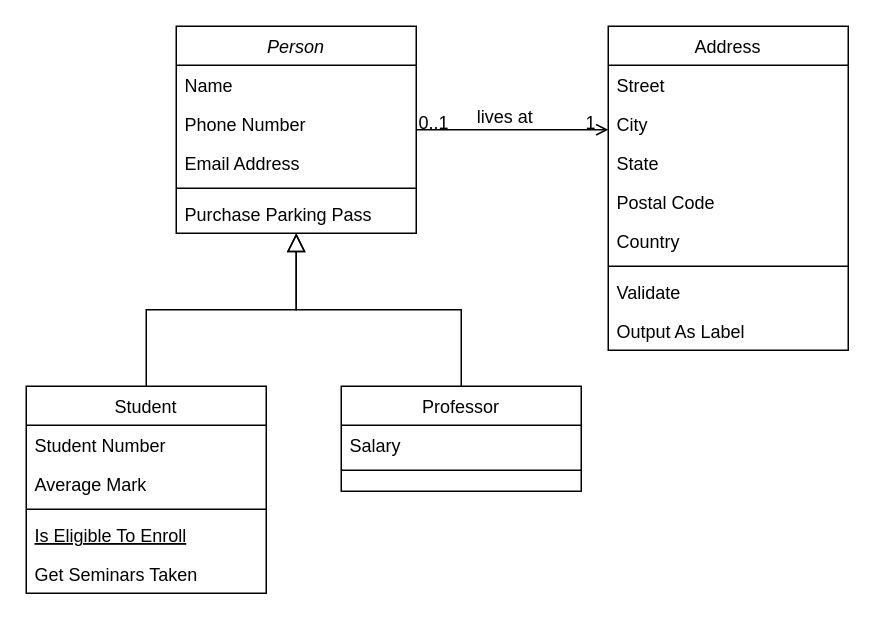
This is Untitled Diagram.drawio from SergeyMikhalev/job4j_design, a draw.io file, before an edit. Source tidied: cells renumbered, new cells numbered last; positions are measured from the earlier drawing's top-left corner, leaving out a move shared by most shapes. Both pictures are drawn from the tidied source at 150%, with x=0, y=0 at pixel (26, 26).
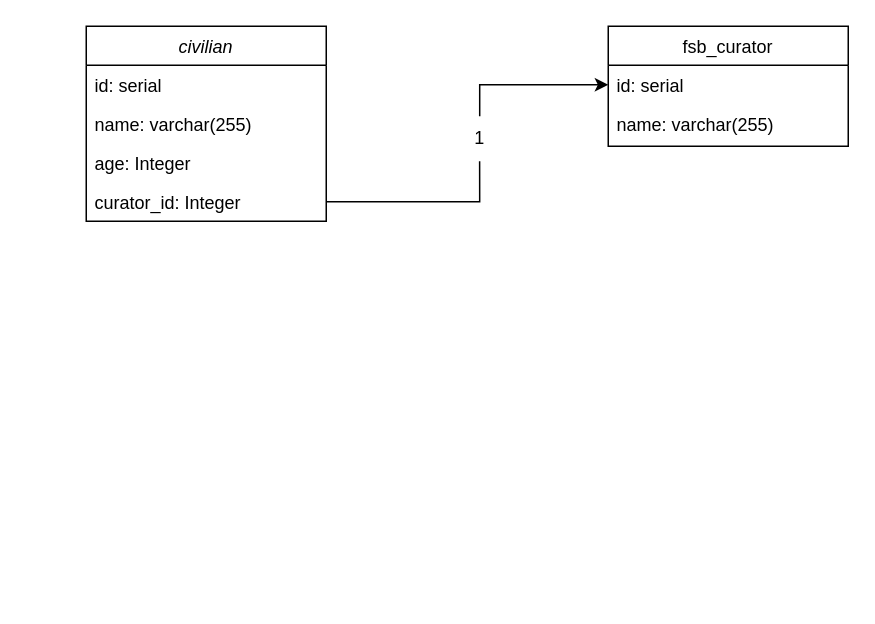
After the change.

What changed in the source:
```diff
@@
-    <mxCell id="2" value="Person" style="swimlane;fontStyle=2;align=center;verticalAlign=top;horizontal=1;startSize=26;rounded=0;shadow=0;strokeWidth=1;" parent="1" vertex="1">
-      <mxGeometry x="100" width="160" height="138" as="geometry" />
+    <mxCell id="2" value="civilian" style="swimlane;fontStyle=2;align=center;verticalAlign=top;horizontal=1;startSize=26;rounded=0;shadow=0;strokeWidth=1;" parent="1" vertex="1">
+      <mxGeometry x="40" width="160" height="130" as="geometry" />
     </mxCell>
-    <mxCell id="3" value="Name" style="text;align=left;verticalAlign=top;spacingLeft=4;spacingRight=4;overflow=hidden;" parent="2" vertex="1">
+    <mxCell id="3" value="id: serial" style="text;align=left;verticalAlign=top;spacingLeft=4;spacingRight=4;overflow=hidden;" parent="2" vertex="1">
       <mxGeometry y="26" width="160" height="26" as="geometry" />
     </mxCell>
-    <mxCell id="4" value="Phone Number" style="text;align=left;verticalAlign=top;spacingLeft=4;spacingRight=4;overflow=hidden;rounded=0;shadow=0;html=0;" parent="2" vertex="1">
+    <mxCell id="4" value="name: varchar(255)" style="text;align=left;verticalAlign=top;spacingLeft=4;spacingRight=4;overflow=hidden;rounded=0;shadow=0;html=0;" parent="2" vertex="1">
       <mxGeometry y="52" width="160" height="26" as="geometry" />
     </mxCell>
-    <mxCell id="5" value="Email Address" style="text;align=left;verticalAlign=top;spacingLeft=4;spacingRight=4;overflow=hidden;rounded=0;shadow=0;html=0;" parent="2" vertex="1">
+    <mxCell id="5" value="age: Integer" style="text;align=left;verticalAlign=top;spacingLeft=4;spacingRight=4;overflow=hidden;rounded=0;shadow=0;html=0;" parent="2" vertex="1">
       <mxGeometry y="78" width="160" height="26" as="geometry" />
     </mxCell>
-    <mxCell id="6" style="line;html=1;strokeWidth=1;align=left;verticalAlign=middle;spacingTop=-1;spacingLeft=3;spacingRight=3;labelPosition=right;" parent="2" vertex="1">
-      <mxGeometry y="104" width="160" height="8" as="geometry" />
-    </mxCell>
-    <mxCell id="7" value="Purchase Parking Pass" style="text;align=left;verticalAlign=top;spacingLeft=4;spacingRight=4;overflow=hidden;" parent="2" vertex="1">
-      <mxGeometry y="112" width="160" height="26" as="geometry" />
-    </mxCell>
-    <mxCell id="8" value="Student" style="swimlane;fontStyle=0;align=center;verticalAlign=top;horizontal=1;startSize=26;rounded=0;shadow=0;strokeWidth=1;" parent="1" vertex="1">
-      <mxGeometry y="240" width="160" height="138" as="geometry" />
-    </mxCell>
-    <mxCell id="9" value="Student Number" style="text;align=left;verticalAlign=top;spacingLeft=4;spacingRight=4;overflow=hidden;" parent="8" vertex="1">
-      <mxGeometry y="26" width="160" height="26" as="geometry" />
-    </mxCell>
-    <mxCell id="10" value="Average Mark" style="text;align=left;verticalAlign=top;spacingLeft=4;spacingRight=4;overflow=hidden;rounded=0;shadow=0;html=0;" parent="8" vertex="1">
-      <mxGeometry y="52" width="160" height="26" as="geometry" />
-    </mxCell>
-    <mxCell id="11" style="line;html=1;strokeWidth=1;align=left;verticalAlign=middle;spacingTop=-1;spacingLeft=3;spacingRight=3;labelPosition=right;" parent="8" vertex="1">
-      <mxGeometry y="78" width="160" height="8" as="geometry" />
-    </mxCell>
-    <mxCell id="12" value="Is Eligible To Enroll" style="text;align=left;verticalAlign=top;spacingLeft=4;spacingRight=4;overflow=hidden;fontStyle=4;" parent="8" vertex="1">
-      <mxGeometry y="86" width="160" height="26" as="geometry" />
-    </mxCell>
-    <mxCell id="13" value="Get Seminars Taken" style="text;align=left;verticalAlign=top;spacingLeft=4;spacingRight=4;overflow=hidden;" parent="8" vertex="1">
-      <mxGeometry y="112" width="160" height="26" as="geometry" />
-    </mxCell>
-    <mxCell id="14" style="endArrow=block;endSize=10;endFill=0;shadow=0;strokeWidth=1;rounded=0;edgeStyle=elbowEdgeStyle;elbow=vertical;" parent="1" edge="1" source="8" target="2">
-      <mxGeometry relative="1" as="geometry" />
-    </mxCell>
-    <mxCell id="15" value="Professor" style="swimlane;fontStyle=0;align=center;verticalAlign=top;horizontal=1;startSize=26;rounded=0;shadow=0;strokeWidth=1;" parent="1" vertex="1">
-      <mxGeometry x="210" y="240" width="160" height="70" as="geometry" />
-    </mxCell>
-    <mxCell id="16" value="Salary" style="text;align=left;verticalAlign=top;spacingLeft=4;spacingRight=4;overflow=hidden;" parent="15" vertex="1">
-      <mxGeometry y="26" width="160" height="26" as="geometry" />
-    </mxCell>
-    <mxCell id="17" style="line;html=1;strokeWidth=1;align=left;verticalAlign=middle;spacingTop=-1;spacingLeft=3;spacingRight=3;labelPosition=right;" parent="15" vertex="1">
-      <mxGeometry y="52" width="160" height="8" as="geometry" />
-    </mxCell>
-    <mxCell id="18" style="endArrow=block;endSize=10;endFill=0;shadow=0;strokeWidth=1;rounded=0;edgeStyle=elbowEdgeStyle;elbow=vertical;" parent="1" edge="1" source="15" target="2">
-      <mxGeometry relative="1" as="geometry" />
-    </mxCell>
+    <mxCell id="32" value="curator_id: Integer" style="text;align=left;verticalAlign=top;spacingLeft=4;spacingRight=4;overflow=hidden;points=[[0,0.5],[1,0.5]];portConstraint=eastwest;rounded=0;shadow=0;html=0;" parent="2" vertex="1">
+      <mxGeometry y="104" width="160" height="26" as="geometry" />
+    </mxCell>
-    <mxCell id="19" value="Address" style="swimlane;fontStyle=0;align=center;verticalAlign=top;horizontal=1;startSize=26;rounded=0;shadow=0;strokeWidth=1;" parent="1" vertex="1">
-      <mxGeometry x="388" width="160" height="216" as="geometry" />
+    <mxCell id="19" value="fsb_curator" style="swimlane;fontStyle=0;align=center;verticalAlign=top;horizontal=1;startSize=26;rounded=0;shadow=0;strokeWidth=1;" parent="1" vertex="1">
+      <mxGeometry x="388" width="160" height="80" as="geometry" />
     </mxCell>
-    <mxCell id="20" value="Street" style="text;align=left;verticalAlign=top;spacingLeft=4;spacingRight=4;overflow=hidden;points=[[0,0.5],[1,0.5]];portConstraint=eastwest;" parent="19" vertex="1">
+    <mxCell id="20" value="id: serial" style="text;align=left;verticalAlign=top;spacingLeft=4;spacingRight=4;overflow=hidden;points=[[0,0.5],[1,0.5]];portConstraint=eastwest;" parent="19" vertex="1">
       <mxGeometry y="26" width="160" height="26" as="geometry" />
     </mxCell>
-    <mxCell id="21" value="City" style="text;align=left;verticalAlign=top;spacingLeft=4;spacingRight=4;overflow=hidden;rounded=0;shadow=0;html=0;" parent="19" vertex="1">
+    <mxCell id="21" value="name: varchar(255)" style="text;align=left;verticalAlign=top;spacingLeft=4;spacingRight=4;overflow=hidden;rounded=0;shadow=0;html=0;" parent="19" vertex="1">
       <mxGeometry y="52" width="160" height="26" as="geometry" />
     </mxCell>
-    <mxCell id="22" value="State" style="text;align=left;verticalAlign=top;spacingLeft=4;spacingRight=4;overflow=hidden;rounded=0;shadow=0;html=0;" parent="19" vertex="1">
-      <mxGeometry y="78" width="160" height="26" as="geometry" />
-    </mxCell>
-    <mxCell id="23" value="Postal Code" style="text;align=left;verticalAlign=top;spacingLeft=4;spacingRight=4;overflow=hidden;rounded=0;shadow=0;html=0;" parent="19" vertex="1">
-      <mxGeometry y="104" width="160" height="26" as="geometry" />
-    </mxCell>
-    <mxCell id="24" value="Country" style="text;align=left;verticalAlign=top;spacingLeft=4;spacingRight=4;overflow=hidden;rounded=0;shadow=0;html=0;" parent="19" vertex="1">
-      <mxGeometry y="130" width="160" height="26" as="geometry" />
-    </mxCell>
-    <mxCell id="25" style="line;html=1;strokeWidth=1;align=left;verticalAlign=middle;spacingTop=-1;spacingLeft=3;spacingRight=3;labelPosition=right;" parent="19" vertex="1">
-      <mxGeometry y="156" width="160" height="8" as="geometry" />
-    </mxCell>
-    <mxCell id="26" value="Validate" style="text;align=left;verticalAlign=top;spacingLeft=4;spacingRight=4;overflow=hidden;" parent="19" vertex="1">
-      <mxGeometry y="164" width="160" height="26" as="geometry" />
-    </mxCell>
-    <mxCell id="27" value="Output As Label" style="text;align=left;verticalAlign=top;spacingLeft=4;spacingRight=4;overflow=hidden;" parent="19" vertex="1">
-      <mxGeometry y="190" width="160" height="26" as="geometry" />
-    </mxCell>
-    <mxCell id="28" style="endArrow=open;shadow=0;strokeWidth=1;rounded=0;endFill=1;edgeStyle=elbowEdgeStyle;elbow=vertical;" parent="1" edge="1" source="2" target="19">
-      <mxGeometry x="0.5" y="41" relative="1" as="geometry">
-        <mxPoint x="-40" y="32" as="offset" />
-      </mxGeometry>
-    </mxCell>
-    <mxCell id="29" value="0..1" style="align=left;verticalAlign=bottom;labelBackgroundColor=none;fontSize=12;" parent="28" vertex="1">
-      <mxGeometry x="-1" relative="1" as="geometry">
-        <mxPoint y="4" as="offset" />
-      </mxGeometry>
-    </mxCell>
+    <mxCell id="33" style="edgeStyle=orthogonalEdgeStyle;rounded=0;jettySize=auto;html=1;entryX=0;entryY=0.5;entryDx=0;entryDy=0;startArrow=none;" parent="1" edge="1" source="30" target="20">
+      <mxGeometry relative="1" as="geometry" />
+    </mxCell>
-    <mxCell id="30" value="1" style="align=right;verticalAlign=bottom;labelBackgroundColor=none;fontSize=12;" parent="28" vertex="1">
-      <mxGeometry x="1" relative="1" as="geometry">
-        <mxPoint x="-7" y="4" as="offset" />
-      </mxGeometry>
+    <mxCell id="30" value="1" style="text;html=1;strokeColor=none;fillColor=none;align=center;verticalAlign=middle;whiteSpace=wrap;rounded=0;" parent="1" vertex="1">
+      <mxGeometry x="294" y="60" width="16.5" height="30" as="geometry" />
     </mxCell>
-    <mxCell id="31" value="lives at" style="text;html=1;align=center;verticalAlign=middle;labelBackgroundColor=none;rounded=0;shadow=0;strokeWidth=1;fontSize=12;" parent="28" vertex="1">
-      <mxGeometry x="0.5" y="49" relative="1" as="geometry">
-        <mxPoint x="-38" y="40" as="offset" />
-      </mxGeometry>
-    </mxCell>
+    <mxCell id="34" style="edgeStyle=orthogonalEdgeStyle;rounded=0;jettySize=auto;html=1;endArrow=none;entryX=0.5;entryY=1;entryDx=0;entryDy=0;" parent="1" edge="1" source="32" target="30">
+      <mxGeometry relative="1" as="geometry" />
+    </mxCell>
```
